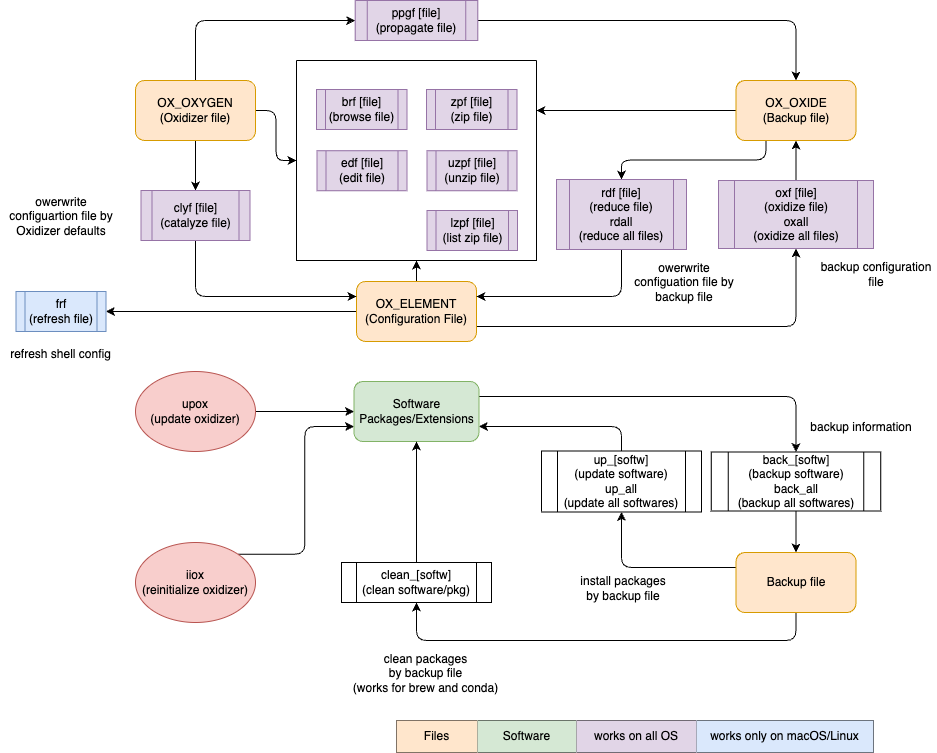
The draw.io diagram docs/design.drawio.png in ivaquero/backup, before a commit. Source tidied: cells renumbered, new cells last; positions are measured from the earlier drawing's top-left corner, leaving out a move shared by most shapes.
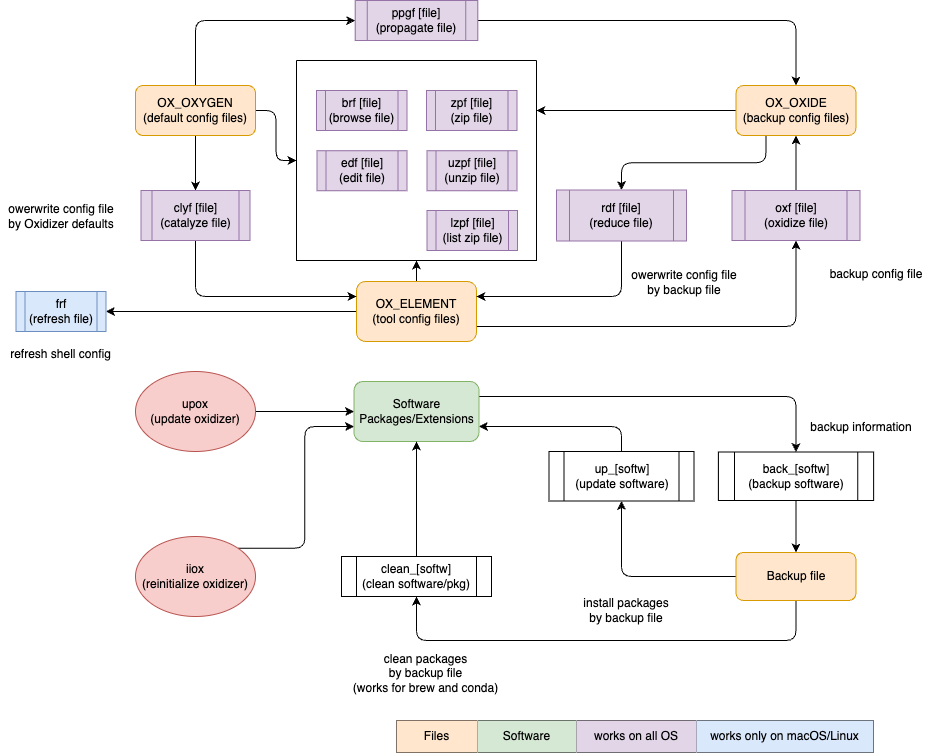
The same diagram one commit later.

Diff of the diagram source:
```diff
@@ -11,7 +11,7 @@
     <mxCell id="4" style="edgeStyle=orthogonalEdgeStyle;html=1;exitX=0.5;exitY=0;exitDx=0;exitDy=0;entryX=0.5;entryY=1;entryDx=0;entryDy=0;" parent="1" edge="1" source="5" target="38">
       <mxGeometry relative="1" as="geometry" />
     </mxCell>
-    <mxCell id="5" value="OX_ELEMENT&lt;br&gt;(Configuration File)" style="rounded=1;whiteSpace=wrap;html=1;fillColor=#ffe6cc;strokeColor=#d79b00;" parent="1" vertex="1">
+    <mxCell id="5" value="OX_ELEMENT&lt;br&gt;(tool config files)" style="rounded=1;whiteSpace=wrap;html=1;fillColor=#ffe6cc;strokeColor=#d79b00;" parent="1" vertex="1">
       <mxGeometry x="356" y="281" width="120" height="60" as="geometry" />
     </mxCell>
     <mxCell id="6" style="edgeStyle=orthogonalEdgeStyle;html=1;exitX=0.25;exitY=1;exitDx=0;exitDy=0;entryX=0.5;entryY=0;entryDx=0;entryDy=0;" parent="1" edge="1" source="8" target="20">
@@ -20,8 +20,8 @@
     <mxCell id="7" style="edgeStyle=orthogonalEdgeStyle;html=1;exitX=0;exitY=0.5;exitDx=0;exitDy=0;entryX=1;entryY=0.25;entryDx=0;entryDy=0;" parent="1" edge="1" source="8" target="38">
       <mxGeometry relative="1" as="geometry" />
     </mxCell>
-    <mxCell id="8" value="OX_OXIDE&lt;br&gt;(Backup file)" style="rounded=1;whiteSpace=wrap;html=1;fillColor=#ffe6cc;strokeColor=#d79b00;" parent="1" vertex="1">
-      <mxGeometry x="735.5" y="80" width="120" height="60" as="geometry" />
+    <mxCell id="8" value="OX_OXIDE&lt;br&gt;(backup config files)" style="rounded=1;whiteSpace=wrap;html=1;fillColor=#ffe6cc;strokeColor=#d79b00;" parent="1" vertex="1">
+      <mxGeometry x="735.5" y="85" width="120" height="50" as="geometry" />
     </mxCell>
     <mxCell id="9" style="edgeStyle=orthogonalEdgeStyle;html=1;exitX=0.5;exitY=1;exitDx=0;exitDy=0;" parent="1" edge="1" source="12" target="14">
       <mxGeometry relative="1" as="geometry" />
@@ -32,8 +32,8 @@
     <mxCell id="11" style="edgeStyle=orthogonalEdgeStyle;rounded=1;jettySize=auto;html=1;exitX=0.5;exitY=0;exitDx=0;exitDy=0;entryX=0;entryY=0.5;entryDx=0;entryDy=0;" parent="1" edge="1" source="12" target="55">
       <mxGeometry relative="1" as="geometry" />
     </mxCell>
-    <mxCell id="12" value="OX_OXYGEN&lt;br&gt;(Oxidizer file)" style="rounded=1;whiteSpace=wrap;html=1;fillColor=#ffe6cc;strokeColor=#d79b00;" parent="1" vertex="1">
-      <mxGeometry x="135" y="80" width="120" height="60" as="geometry" />
+    <mxCell id="12" value="OX_OXYGEN&lt;br&gt;(default config files)" style="rounded=1;whiteSpace=wrap;html=1;fillColor=#ffe6cc;strokeColor=#d79b00;" parent="1" vertex="1">
+      <mxGeometry x="135" y="85" width="120" height="50" as="geometry" />
     </mxCell>
     <mxCell id="13" style="edgeStyle=orthogonalEdgeStyle;html=1;exitX=0.5;exitY=1;exitDx=0;exitDy=0;entryX=0;entryY=0.25;entryDx=0;entryDy=0;" parent="1" edge="1" source="14" target="5">
       <mxGeometry relative="1" as="geometry" />
@@ -41,25 +41,25 @@
     <mxCell id="14" value="clyf [file]&lt;br&gt;(catalyze file)" style="shape=process;whiteSpace=wrap;html=1;backgroundOutline=1;fillColor=#e1d5e7;strokeColor=#9673a6;" parent="1" vertex="1">
       <mxGeometry x="140.5" y="190" width="109" height="50" as="geometry" />
     </mxCell>
-    <mxCell id="15" value="owerwrite configuartion file by Oxidizer defaults" style="text;html=1;strokeColor=none;fillColor=none;align=center;verticalAlign=middle;whiteSpace=wrap;rounded=0;" parent="1" vertex="1">
+    <mxCell id="15" value="owerwrite config file by Oxidizer defaults" style="text;html=1;strokeColor=none;fillColor=none;align=center;verticalAlign=middle;whiteSpace=wrap;rounded=0;" parent="1" vertex="1">
       <mxGeometry x="0.5" y="186" width="120" height="60" as="geometry" />
     </mxCell>
     <mxCell id="16" style="edgeStyle=orthogonalEdgeStyle;html=1;exitX=0.5;exitY=0;exitDx=0;exitDy=0;entryX=0.5;entryY=1;entryDx=0;entryDy=0;" parent="1" edge="1" source="17" target="8">
       <mxGeometry relative="1" as="geometry" />
     </mxCell>
-    <mxCell id="17" value="oxf [file]&lt;br&gt;(oxidize file)&lt;br&gt;oxall&lt;br&gt;(oxidize&amp;nbsp;all files)" style="shape=process;whiteSpace=wrap;html=1;backgroundOutline=1;fillColor=#e1d5e7;strokeColor=#9673a6;" parent="1" vertex="1">
-      <mxGeometry x="718" y="180" width="155" height="68" as="geometry" />
+    <mxCell id="17" value="oxf [file]&lt;br&gt;(oxidize file)" style="shape=process;whiteSpace=wrap;html=1;backgroundOutline=1;fillColor=#e1d5e7;strokeColor=#9673a6;" parent="1" vertex="1">
+      <mxGeometry x="731.5" y="190" width="128" height="50" as="geometry" />
     </mxCell>
-    <mxCell id="18" value="backup configuration file" style="text;html=1;strokeColor=none;fillColor=none;align=center;verticalAlign=middle;whiteSpace=wrap;rounded=0;" parent="1" vertex="1">
+    <mxCell id="18" value="backup config file" style="text;html=1;strokeColor=none;fillColor=none;align=center;verticalAlign=middle;whiteSpace=wrap;rounded=0;" parent="1" vertex="1">
       <mxGeometry x="816" y="254" width="120" height="40" as="geometry" />
     </mxCell>
     <mxCell id="19" style="edgeStyle=orthogonalEdgeStyle;html=1;exitX=0.5;exitY=1;exitDx=0;exitDy=0;entryX=1;entryY=0.25;entryDx=0;entryDy=0;" parent="1" edge="1" source="20" target="5">
       <mxGeometry relative="1" as="geometry" />
     </mxCell>
-    <mxCell id="20" value="rdf [file]&lt;br&gt;(reduce file)&lt;br&gt;rdall&lt;br&gt;(reduce all files)" style="shape=process;whiteSpace=wrap;html=1;backgroundOutline=1;fillColor=#e1d5e7;strokeColor=#9673a6;" parent="1" vertex="1">
-      <mxGeometry x="556" y="179" width="130" height="70" as="geometry" />
+    <mxCell id="20" value="rdf [file]&lt;br&gt;(reduce file)" style="shape=process;whiteSpace=wrap;html=1;backgroundOutline=1;fillColor=#e1d5e7;strokeColor=#9673a6;" parent="1" vertex="1">
+      <mxGeometry x="556" y="189.5" width="130" height="51" as="geometry" />
     </mxCell>
-    <mxCell id="21" value="owerwrite configuation file by backup file" style="text;html=1;strokeColor=none;fillColor=none;align=center;verticalAlign=middle;whiteSpace=wrap;rounded=0;" parent="1" vertex="1">
+    <mxCell id="21" value="owerwrite config file by backup file" style="text;html=1;strokeColor=none;fillColor=none;align=center;verticalAlign=middle;whiteSpace=wrap;rounded=0;" parent="1" vertex="1">
       <mxGeometry x="624" y="252" width="120" height="60" as="geometry" />
     </mxCell>
     <mxCell id="22" style="edgeStyle=orthogonalEdgeStyle;html=1;exitX=1;exitY=0.25;exitDx=0;exitDy=0;entryX=0.5;entryY=0;entryDx=0;entryDy=0;" parent="1" edge="1" source="23" target="28">
@@ -68,7 +68,7 @@
     <mxCell id="23" value="Software &lt;br&gt;Packages/Extensions" style="rounded=1;whiteSpace=wrap;html=1;fillColor=#d5e8d4;strokeColor=#82b366;" parent="1" vertex="1">
       <mxGeometry x="353.5" y="381" width="125" height="60" as="geometry" />
     </mxCell>
-    <mxCell id="24" style="edgeStyle=orthogonalEdgeStyle;html=1;exitX=0;exitY=0.25;exitDx=0;exitDy=0;entryX=0.5;entryY=1;entryDx=0;entryDy=0;" parent="1" edge="1" source="26" target="30">
+    <mxCell id="24" style="edgeStyle=orthogonalEdgeStyle;html=1;exitX=0;exitY=0.5;exitDx=0;exitDy=0;entryX=0.5;entryY=1;entryDx=0;entryDy=0;" parent="1" edge="1" source="26" target="30">
       <mxGeometry relative="1" as="geometry" />
     </mxCell>
     <mxCell id="25" style="edgeStyle=orthogonalEdgeStyle;html=1;exitX=0.5;exitY=1;exitDx=0;exitDy=0;entryX=0.5;entryY=1;entryDx=0;entryDy=0;" parent="1" edge="1" source="26" target="36">
@@ -80,25 +80,25 @@
       </mxGeometry>
     </mxCell>
     <mxCell id="26" value="Backup file" style="rounded=1;whiteSpace=wrap;html=1;fillColor=#ffe6cc;strokeColor=#d79b00;" parent="1" vertex="1">
-      <mxGeometry x="735.5" y="552" width="120" height="60" as="geometry" />
+      <mxGeometry x="735.5" y="552" width="120" height="48" as="geometry" />
     </mxCell>
     <mxCell id="27" style="edgeStyle=orthogonalEdgeStyle;html=1;exitX=0.5;exitY=1;exitDx=0;exitDy=0;entryX=0.5;entryY=0;entryDx=0;entryDy=0;" parent="1" edge="1" source="28" target="26">
       <mxGeometry relative="1" as="geometry" />
     </mxCell>
-    <mxCell id="28" value="back_[softw]&lt;br&gt;(backup software)&lt;br&gt;back_all&lt;br&gt;(backup&amp;nbsp;all softwares)" style="shape=process;whiteSpace=wrap;html=1;backgroundOutline=1;" parent="1" vertex="1">
-      <mxGeometry x="710.8" y="451.5" width="169.5" height="59" as="geometry" />
+    <mxCell id="28" value="back_[softw]&lt;br&gt;(backup software)" style="shape=process;whiteSpace=wrap;html=1;backgroundOutline=1;" parent="1" vertex="1">
+      <mxGeometry x="717.9" y="451.5" width="155.2" height="48.5" as="geometry" />
     </mxCell>
     <mxCell id="29" style="edgeStyle=orthogonalEdgeStyle;html=1;exitX=0.5;exitY=0;exitDx=0;exitDy=0;entryX=1;entryY=0.75;entryDx=0;entryDy=0;" parent="1" edge="1" source="30" target="23">
       <mxGeometry relative="1" as="geometry" />
     </mxCell>
-    <mxCell id="30" value="up_[softw]&lt;br&gt;(update software)&lt;br&gt;up_all&lt;br&gt;(update all softwares)" style="shape=process;whiteSpace=wrap;html=1;backgroundOutline=1;" parent="1" vertex="1">
-      <mxGeometry x="541" y="450.5" width="160" height="61" as="geometry" />
+    <mxCell id="30" value="up_[softw]&lt;br&gt;(update software)" style="shape=process;whiteSpace=wrap;html=1;backgroundOutline=1;" parent="1" vertex="1">
+      <mxGeometry x="548.5" y="451" width="145" height="49.5" as="geometry" />
     </mxCell>
     <mxCell id="31" value="backup information" style="text;html=1;strokeColor=none;fillColor=none;align=center;verticalAlign=middle;whiteSpace=wrap;rounded=0;" parent="1" vertex="1">
       <mxGeometry x="801" y="407" width="120" height="40" as="geometry" />
     </mxCell>
     <mxCell id="32" value="install packages&lt;br&gt;by backup file" style="text;html=1;strokeColor=none;fillColor=none;align=center;verticalAlign=middle;whiteSpace=wrap;rounded=0;" parent="1" vertex="1">
-      <mxGeometry x="563" y="568" width="120" height="40" as="geometry" />
+      <mxGeometry x="566" y="590" width="120" height="40" as="geometry" />
     </mxCell>
     <mxCell id="33" value="frf&lt;br&gt;(refresh file)" style="shape=process;whiteSpace=wrap;html=1;backgroundOutline=1;fillColor=#dae8fc;strokeColor=#6c8ebf;" parent="1" vertex="1">
       <mxGeometry x="15.5" y="291" width="90" height="40" as="geometry" />
@@ -110,7 +110,7 @@
       <mxGeometry relative="1" as="geometry" />
     </mxCell>
     <mxCell id="36" value="clean_[softw]&lt;br&gt;(clean software/pkg)" style="shape=process;whiteSpace=wrap;html=1;backgroundOutline=1;" parent="1" vertex="1">
-      <mxGeometry x="341" y="562" width="150" height="40" as="geometry" />
+      <mxGeometry x="341" y="556" width="150" height="40" as="geometry" />
     </mxCell>
     <mxCell id="37" value="clean packages&lt;br&gt;by backup file&lt;br&gt;(works for brew and conda)" style="text;html=1;strokeColor=none;fillColor=none;align=center;verticalAlign=middle;whiteSpace=wrap;rounded=0;" parent="1" vertex="1">
       <mxGeometry x="343.5" y="660" width="162.5" height="26" as="geometry" />
@@ -119,13 +119,13 @@
       <mxGeometry x="296" y="60" width="240" height="200" as="geometry" />
     </mxCell>
     <mxCell id="39" value="brf [file]&lt;br&gt;(browse file)" style="shape=process;whiteSpace=wrap;html=1;backgroundOutline=1;fillColor=#e1d5e7;strokeColor=#9673a6;" parent="38" vertex="1">
-      <mxGeometry x="20" y="29" width="90.5" height="40" as="geometry" />
+      <mxGeometry x="20" y="30" width="90.5" height="40" as="geometry" />
     </mxCell>
     <mxCell id="40" value="edf [file]&lt;br&gt;(edit file)" style="shape=process;whiteSpace=wrap;html=1;backgroundOutline=1;fillColor=#e1d5e7;strokeColor=#9673a6;" parent="38" vertex="1">
       <mxGeometry x="20.5" y="90.2" width="90" height="40" as="geometry" />
     </mxCell>
     <mxCell id="41" value="zpf [file]&lt;br&gt;(zip file)" style="shape=process;whiteSpace=wrap;html=1;backgroundOutline=1;fillColor=#e1d5e7;strokeColor=#9673a6;" parent="38" vertex="1">
-      <mxGeometry x="130" y="29" width="90.5" height="40" as="geometry" />
+      <mxGeometry x="130" y="30" width="90.5" height="40" as="geometry" />
     </mxCell>
     <mxCell id="42" value="uzpf [file]&lt;br&gt;(unzip file)" style="shape=process;whiteSpace=wrap;html=1;backgroundOutline=1;fillColor=#e1d5e7;strokeColor=#9673a6;" parent="38" vertex="1">
       <mxGeometry x="130.5" y="90.2" width="90" height="40" as="geometry" />
@@ -161,7 +161,7 @@
       <mxGeometry relative="1" as="geometry" />
     </mxCell>
     <mxCell id="53" value="iiox&lt;br style=&quot;border-color: var(--border-color);&quot;&gt;(reinitialize oxidizer)" style="ellipse;whiteSpace=wrap;html=1;fillColor=#f8cecc;strokeColor=#b85450;" parent="1" vertex="1">
-      <mxGeometry x="135" y="542" width="120" height="80" as="geometry" />
+      <mxGeometry x="135" y="536" width="120" height="80" as="geometry" />
     </mxCell>
     <mxCell id="54" style="edgeStyle=orthogonalEdgeStyle;rounded=1;jettySize=auto;html=1;exitX=1;exitY=0.5;exitDx=0;exitDy=0;entryX=0.5;entryY=0;entryDx=0;entryDy=0;" parent="1" edge="1" source="55" target="8">
       <mxGeometry relative="1" as="geometry" />
```
